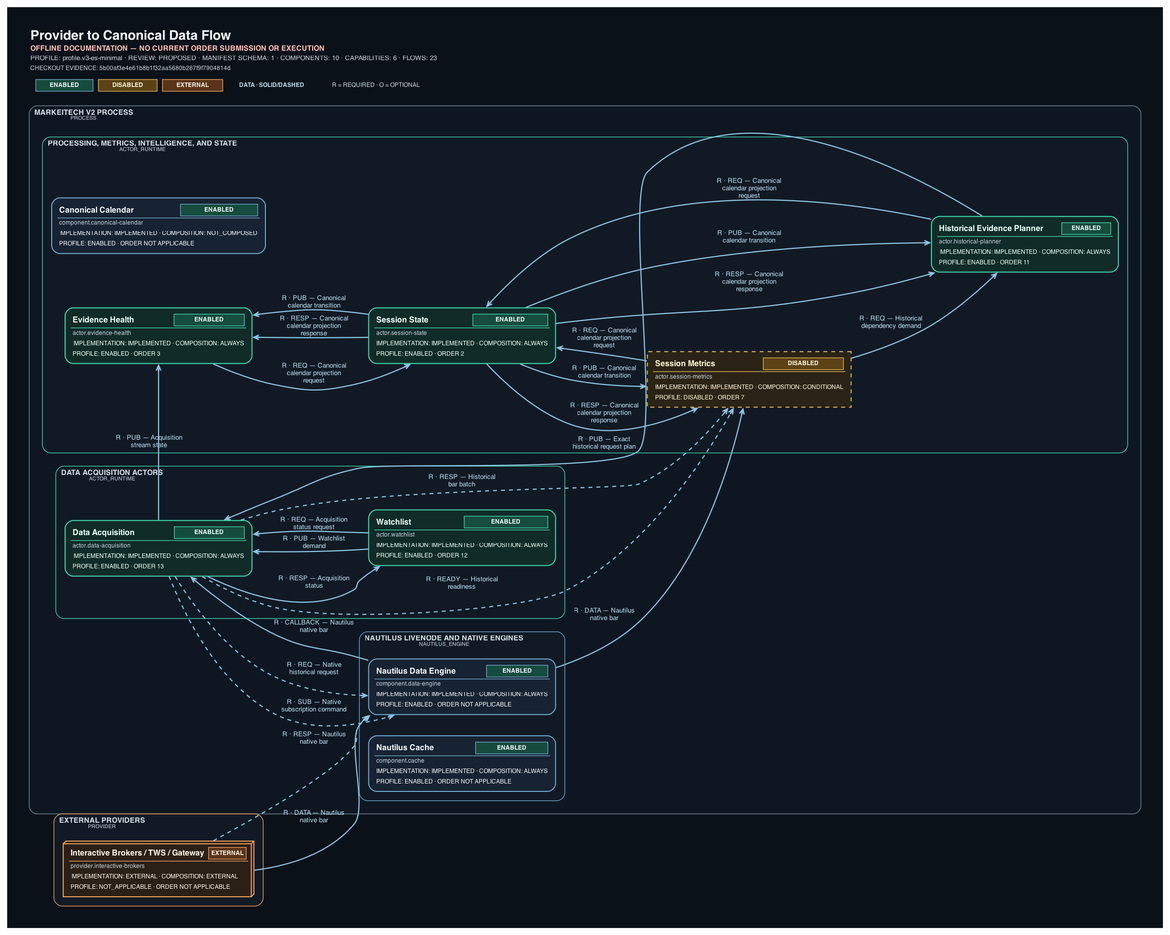
Earlier version of the Graphviz export docs/architecture/generated/system-dataflow/provider-canonical-data.png (ShriekinNinja/Markeitech_V2). Its source is kept beside it as docs/architecture/generated/system-dataflow/provider-canonical-data.dot.
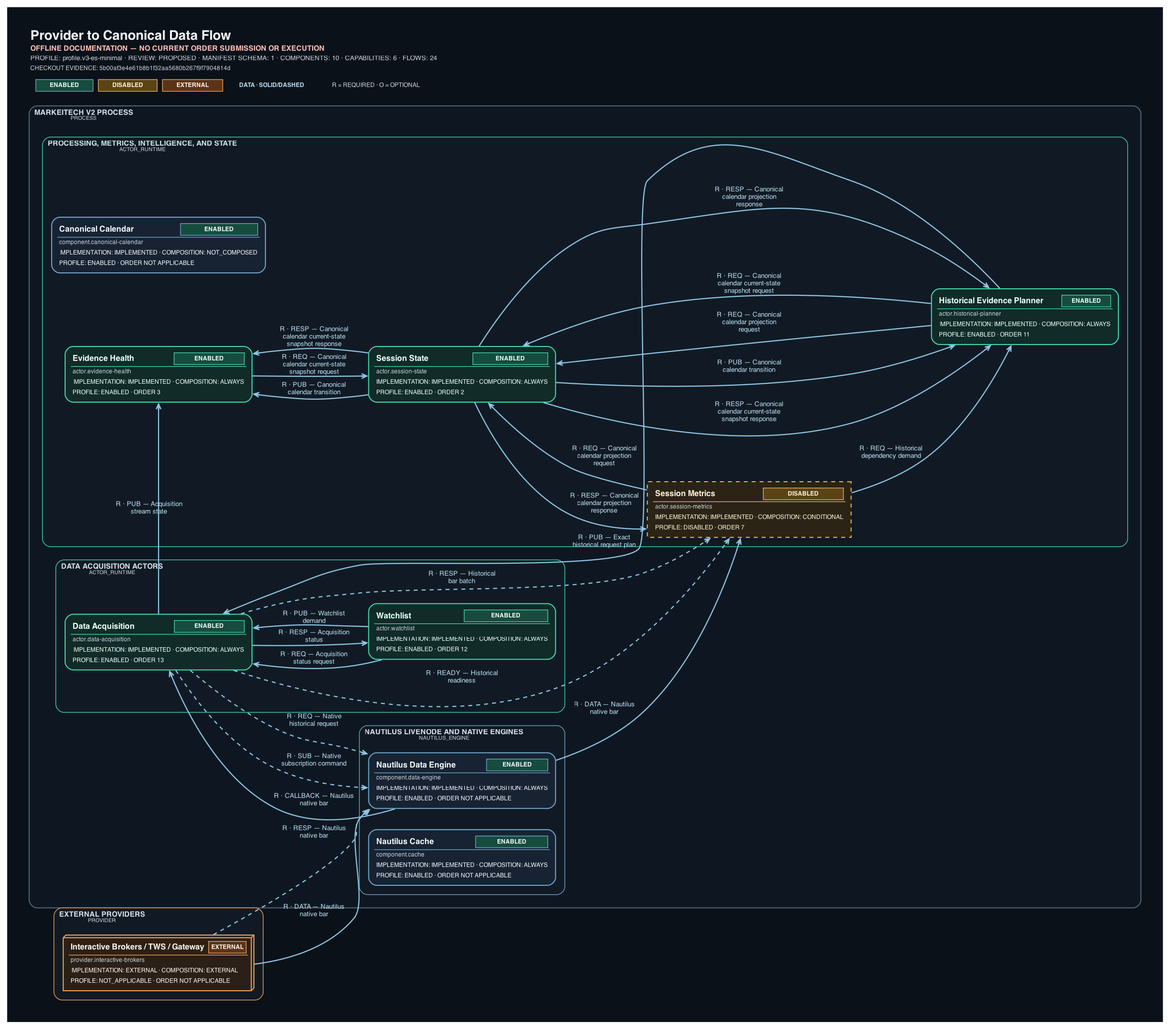
Later version of the same file.

What changed in the source:
```diff
@@ -1,5 +1,5 @@
 digraph "Provider to Canonical Data Flow" {
-	graph [bgcolor="#0B1118" fontcolor="#F2F6FA" fontname=Helvetica fontsize=18 forcelabels=true label=<<TABLE BORDER="0" CELLBORDER="0" CELLSPACING="0" CELLPADDING="2"><TR><TD ALIGN="LEFT"><FONT COLOR="#F2F6FA" POINT-SIZE="20"><B>Provider to Canonical Data Flow</B></FONT></TD></TR><TR><TD ALIGN="LEFT"><FONT COLOR="#FFC1BB" POINT-SIZE="11"><B>OFFLINE DOCUMENTATION &#8212; NO CURRENT ORDER SUBMISSION OR EXECUTION</B></FONT></TD></TR><TR><TD ALIGN="LEFT"><FONT COLOR="#C7D2DD" POINT-SIZE="10">PROFILE: profile.v3-es-minimal &#183; REVIEW: PROPOSED &#183; MANIFEST SCHEMA: 1 &#183; COMPONENTS: 10 &#183; CAPABILITIES: 6 &#183; FLOWS: 23</FONT></TD></TR><TR><TD ALIGN="LEFT"><FONT COLOR="#C7D2DD" POINT-SIZE="9">CHECKOUT EVIDENCE: 5b00af3e4e61b8b1f32aa5680b267f9f7904814d</FONT></TD></TR><TR><TD ALIGN="LEFT"><TABLE BORDER="0" CELLBORDER="0" CELLSPACING="8" CELLPADDING="0"><TR><TD><TABLE BORDER="1" CELLBORDER="0" CELLSPACING="0" CELLPADDING="3" COLOR="#6FA8CC" BGCOLOR="#164C3E"><TR><TD><FONT COLOR="#F4F7FA" POINT-SIZE="9"><B>ENABLED</B></FONT></TD></TR></TABLE></TD><TD><TABLE BORDER="1" CELLBORDER="0" CELLSPACING="0" CELLPADDING="3" COLOR="#E2B75C" BGCOLOR="#5B4316"><TR><TD><FONT COLOR="#FFF3D6" POINT-SIZE="9"><B>DISABLED</B></FONT></TD></TR></TABLE></TD><TD><TABLE BORDER="1" CELLBORDER="0" CELLSPACING="0" CELLPADDING="3" COLOR="#F0A45D" BGCOLOR="#5A3419"><TR><TD><FONT COLOR="#FFF4E8" POINT-SIZE="9"><B>EXTERNAL</B></FONT></TD></TR></TABLE></TD><TD><FONT COLOR="#B9DDF0" POINT-SIZE="9"><B>DATA · SOLID/DASHED</B></FONT></TD><TD><FONT COLOR="#C7D2DD" POINT-SIZE="9">R = REQUIRED &#183; O = OPTIONAL</FONT></TD></TR></TABLE></TD></TR></TABLE>> labeljust=l labelloc=t margin=0.15 nodesep=0.45 outputorder=edgesfirst overlap=false pack=true packmode="graph" pad=0.35 rankdir=LR ranksep=0.35 splines=spline]
+	graph [bgcolor="#0B1118" fontcolor="#F2F6FA" fontname=Helvetica fontsize=18 forcelabels=true label=<<TABLE BORDER="0" CELLBORDER="0" CELLSPACING="0" CELLPADDING="2"><TR><TD ALIGN="LEFT"><FONT COLOR="#F2F6FA" POINT-SIZE="20"><B>Provider to Canonical Data Flow</B></FONT></TD></TR><TR><TD ALIGN="LEFT"><FONT COLOR="#FFC1BB" POINT-SIZE="11"><B>OFFLINE DOCUMENTATION &#8212; NO CURRENT ORDER SUBMISSION OR EXECUTION</B></FONT></TD></TR><TR><TD ALIGN="LEFT"><FONT COLOR="#C7D2DD" POINT-SIZE="10">PROFILE: profile.v3-es-minimal &#183; REVIEW: PROPOSED &#183; MANIFEST SCHEMA: 1 &#183; COMPONENTS: 10 &#183; CAPABILITIES: 6 &#183; FLOWS: 24</FONT></TD></TR><TR><TD ALIGN="LEFT"><FONT COLOR="#C7D2DD" POINT-SIZE="9">CHECKOUT EVIDENCE: 5b00af3e4e61b8b1f32aa5680b267f9f7904814d</FONT></TD></TR><TR><TD ALIGN="LEFT"><TABLE BORDER="0" CELLBORDER="0" CELLSPACING="8" CELLPADDING="0"><TR><TD><TABLE BORDER="1" CELLBORDER="0" CELLSPACING="0" CELLPADDING="3" COLOR="#6FA8CC" BGCOLOR="#164C3E"><TR><TD><FONT COLOR="#F4F7FA" POINT-SIZE="9"><B>ENABLED</B></FONT></TD></TR></TABLE></TD><TD><TABLE BORDER="1" CELLBORDER="0" CELLSPACING="0" CELLPADDING="3" COLOR="#E2B75C" BGCOLOR="#5B4316"><TR><TD><FONT COLOR="#FFF3D6" POINT-SIZE="9"><B>DISABLED</B></FONT></TD></TR></TABLE></TD><TD><TABLE BORDER="1" CELLBORDER="0" CELLSPACING="0" CELLPADDING="3" COLOR="#F0A45D" BGCOLOR="#5A3419"><TR><TD><FONT COLOR="#FFF4E8" POINT-SIZE="9"><B>EXTERNAL</B></FONT></TD></TR></TABLE></TD><TD><FONT COLOR="#B9DDF0" POINT-SIZE="9"><B>DATA · SOLID/DASHED</B></FONT></TD><TD><FONT COLOR="#C7D2DD" POINT-SIZE="9">R = REQUIRED &#183; O = OPTIONAL</FONT></TD></TR></TABLE></TD></TR></TABLE>> labeljust=l labelloc=t margin=0.15 nodesep=0.45 outputorder=edgesfirst overlap=false pack=true packmode="graph" pad=0.35 rankdir=LR ranksep=0.35 splines=spline]
 	node [fixedsize=false fontcolor="#F4F7FA" fontname=Helvetica fontsize=10 height=0.9 imagescale=true labelloc=b margin="0.12,0.08" shape=box style=rounded width=2.2]
 	edge [arrowsize=0.8 color="#8DC5E3" fontcolor="#B9DDF0" fontname=Helvetica fontsize=9]
 	subgraph "cluster_Markeitech V2 process" {
@@ -30,14 +30,15 @@
 	"actor.data-acquisition" -> "actor.watchlist" [label=<<font point-size="10">R · RESP — Acquisition<br/>status</font>> arrowhead=vee color="#8DC5E3" dir=forward fontcolor="#B9DDF0" fontname="Sans-Serif" fontsize=13 id="edge.acquisition-status-watchlist" penwidth=1.7 style=solid tooltip="edge.acquisition-status-watchlist"]
 	"actor.data-acquisition" -> "actor.evidence-health" [label=<<font point-size="10">R · PUB — Acquisition<br/>stream state</font>> arrowhead=vee color="#8DC5E3" dir=forward fontcolor="#B9DDF0" fontname="Sans-Serif" fontsize=13 id="edge.acquisition-stream-health" penwidth=1.7 style=solid tooltip="edge.acquisition-stream-health"]
 	"actor.data-acquisition" -> "component.data-engine" [label=<<font point-size="10">R · SUB — Native<br/>subscription command</font>> arrowhead=vee color="#8DC5E3" dir=forward fontcolor="#B9DDF0" fontname="Sans-Serif" fontsize=13 id="edge.acquisition-subscribe" penwidth=1.7 style=dashed tooltip="edge.acquisition-subscribe"]
-	"actor.evidence-health" -> "actor.session-state" [label=<<font point-size="10">R · REQ — Canonical<br/>calendar projection<br/>request</font>> arrowhead=vee color="#8DC5E3" dir=forward fontcolor="#B9DDF0" fontname="Sans-Serif" fontsize=13 id="edge.calendar-request-health" penwidth=1.7 style=solid tooltip="edge.calendar-request-health"]
+	"actor.evidence-health" -> "actor.session-state" [label=<<font point-size="10">R · REQ — Canonical<br/>calendar current-state<br/>snapshot request</font>> arrowhead=vee color="#8DC5E3" dir=forward fontcolor="#B9DDF0" fontname="Sans-Serif" fontsize=13 id="edge.calendar-request-health" penwidth=1.7 style=solid tooltip="edge.calendar-request-health"]
 	"actor.session-metrics" -> "actor.session-state" [label=<<font point-size="10">R · REQ — Canonical<br/>calendar projection<br/>request</font>> arrowhead=vee color="#8DC5E3" dir=forward fontcolor="#B9DDF0" fontname="Sans-Serif" fontsize=13 id="edge.calendar-request-metrics" penwidth=1.7 style=solid tooltip="edge.calendar-request-metrics"]
 	"actor.historical-planner" -> "actor.session-state" [label=<<font point-size="10">R · REQ — Canonical<br/>calendar projection<br/>request</font>> arrowhead=vee color="#8DC5E3" dir=forward fontcolor="#B9DDF0" fontname="Sans-Serif" fontsize=13 id="edge.calendar-request-planner" penwidth=1.7 style=solid tooltip="edge.calendar-request-planner"]
-	"actor.session-state" -> "actor.evidence-health" [label=<<font point-size="10">R · RESP — Canonical<br/>calendar projection<br/>response</font>> arrowhead=vee color="#8DC5E3" dir=forward fontcolor="#B9DDF0" fontname="Sans-Serif" fontsize=13 id="edge.calendar-response-health" penwidth=1.7 style=solid tooltip="edge.calendar-response-health"]
+	"actor.session-state" -> "actor.evidence-health" [label=<<font point-size="10">R · RESP — Canonical<br/>calendar current-state<br/>snapshot response</font>> arrowhead=vee color="#8DC5E3" dir=forward fontcolor="#B9DDF0" fontname="Sans-Serif" fontsize=13 id="edge.calendar-response-health" penwidth=1.7 style=solid tooltip="edge.calendar-response-health"]
 	"actor.session-state" -> "actor.session-metrics" [label=<<font point-size="10">R · RESP — Canonical<br/>calendar projection<br/>response</font>> arrowhead=vee color="#8DC5E3" dir=forward fontcolor="#B9DDF0" fontname="Sans-Serif" fontsize=13 id="edge.calendar-response-metrics" penwidth=1.7 style=solid tooltip="edge.calendar-response-metrics"]
 	"actor.session-state" -> "actor.historical-planner" [label=<<font point-size="10">R · RESP — Canonical<br/>calendar projection<br/>response</font>> arrowhead=vee color="#8DC5E3" dir=forward fontcolor="#B9DDF0" fontname="Sans-Serif" fontsize=13 id="edge.calendar-response-planner" penwidth=1.7 style=solid tooltip="edge.calendar-response-planner"]
+	"actor.historical-planner" -> "actor.session-state" [label=<<font point-size="10">R · REQ — Canonical<br/>calendar current-state<br/>snapshot request</font>> arrowhead=vee color="#8DC5E3" dir=forward fontcolor="#B9DDF0" fontname="Sans-Serif" fontsize=13 id="edge.calendar-state-request-planner" penwidth=1.7 style=solid tooltip="edge.calendar-state-request-planner"]
+	"actor.session-state" -> "actor.historical-planner" [label=<<font point-size="10">R · RESP — Canonical<br/>calendar current-state<br/>snapshot response</font>> arrowhead=vee color="#8DC5E3" dir=forward fontcolor="#B9DDF0" fontname="Sans-Serif" fontsize=13 id="edge.calendar-state-response-planner" penwidth=1.7 style=solid tooltip="edge.calendar-state-response-planner"]
 	"actor.session-state" -> "actor.evidence-health" [label=<<font point-size="10">R · PUB — Canonical<br/>calendar transition</font>> arrowhead=vee color="#8DC5E3" dir=forward fontcolor="#B9DDF0" fontname="Sans-Serif" fontsize=13 id="edge.calendar-transition-health" penwidth=1.7 style=solid tooltip="edge.calendar-transition-health"]
-	"actor.session-state" -> "actor.session-metrics" [label=<<font point-size="10">R · PUB — Canonical<br/>calendar transition</font>> arrowhead=vee color="#8DC5E3" dir=forward fontcolor="#B9DDF0" fontname="Sans-Serif" fontsize=13 id="edge.calendar-transition-metrics" penwidth=1.7 style=solid tooltip="edge.calendar-transition-metrics"]
 	"actor.session-state" -> "actor.historical-planner" [label=<<font point-size="10">R · PUB — Canonical<br/>calendar transition</font>> arrowhead=vee color="#8DC5E3" dir=forward fontcolor="#B9DDF0" fontname="Sans-Serif" fontsize=13 id="edge.calendar-transition-planner" penwidth=1.7 style=solid tooltip="edge.calendar-transition-planner"]
 	"component.data-engine" -> "actor.data-acquisition" [label=<<font point-size="10">R · CALLBACK — Nautilus<br/>native bar</font>> arrowhead=vee color="#8DC5E3" dir=forward fontcolor="#B9DDF0" fontname="Sans-Serif" fontsize=13 id="edge.data-engine-live-callback" penwidth=1.7 style=solid tooltip="edge.data-engine-live-callback"]
 	"component.data-engine" -> "actor.session-metrics" [label=<<font point-size="10">R · DATA — Nautilus<br/>native bar</font>> arrowhead=vee color="#8DC5E3" dir=forward fontcolor="#B9DDF0" fontname="Sans-Serif" fontsize=13 id="edge.data-engine-metric-bars" penwidth=1.7 style=solid tooltip="edge.data-engine-metric-bars"]
```
